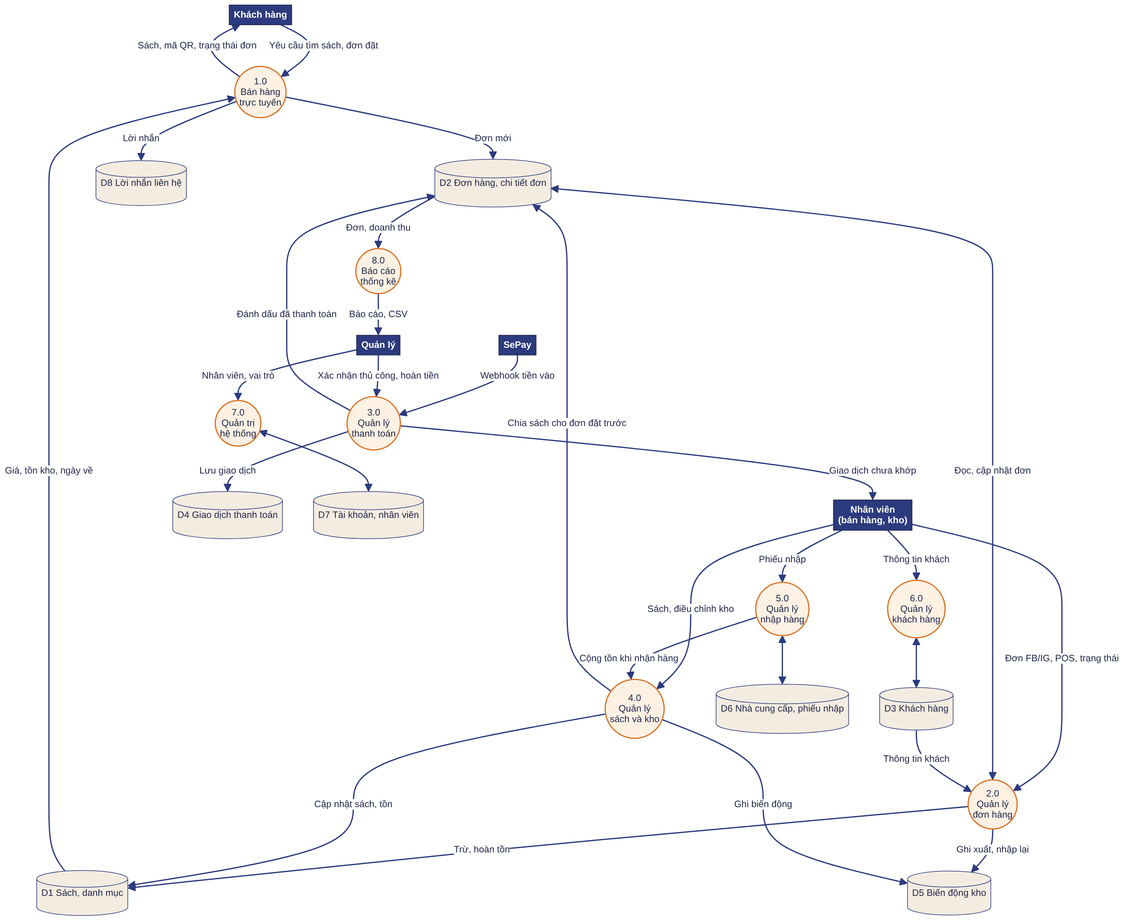
Above: docs/diagrams/DFD_muc_1.png in tonga-ai-star/HEPSTORE_JAPAN_FULL (Mermaid), before the change. Its source is kept beside it as docs/diagrams/DFD_muc_1.mmd.
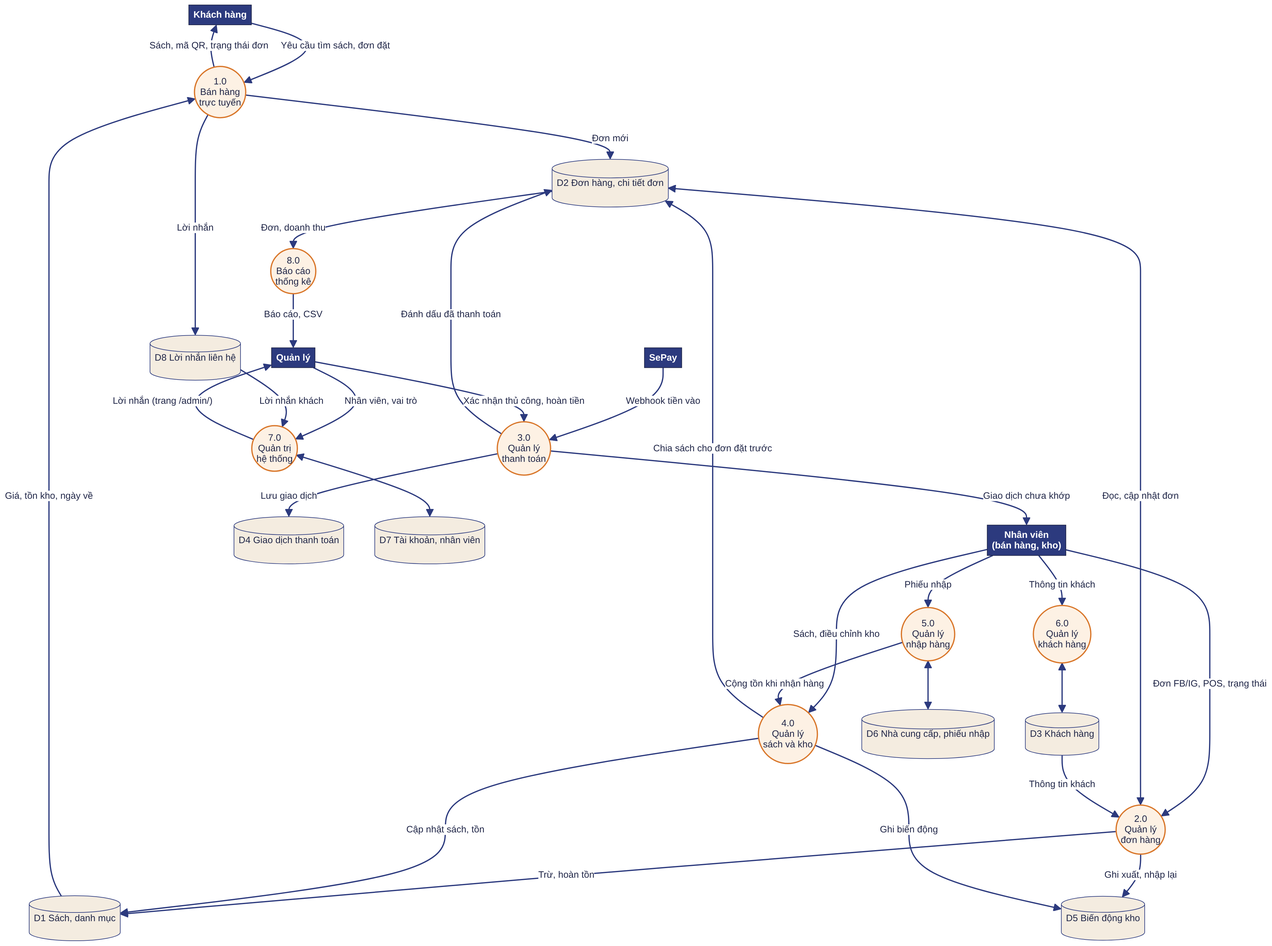
The same diagram one commit later.

Commit message:
docs: sửa sơ đồ cho khớp code (tự hủy đơn, khớp giao dịch, middleware, lời nhắn); đổi tên trang /admin/ sang Hép Bookstore

Diff of the diagram source:
```diff
@@ -45,6 +45,8 @@
   P6 <--> D3
   QL -- "Nhân viên, vai trò" --> P7
   P7 <--> D7
+  D8 -- "Lời nhắn khách" --> P7
+  P7 -- "Lời nhắn (trang /admin/)" --> QL
   D2 -- "Đơn, doanh thu" --> P8
   P8 -- "Báo cáo, CSV" --> QL
   classDef ent fill:#2c3a7e,stroke:#1f2547,color:#ffffff,font-weight:bold
```
